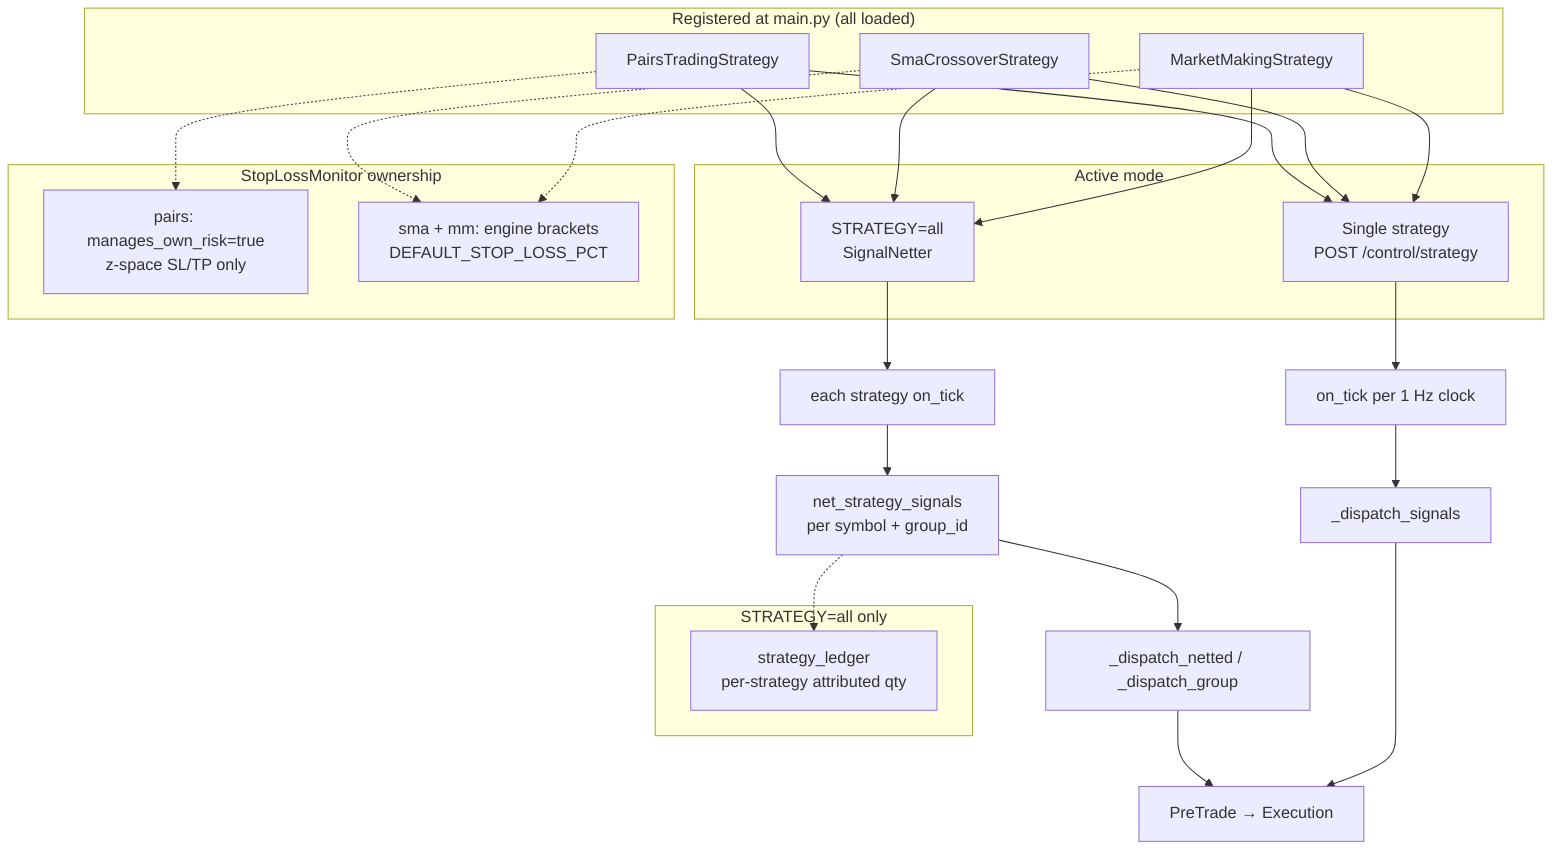
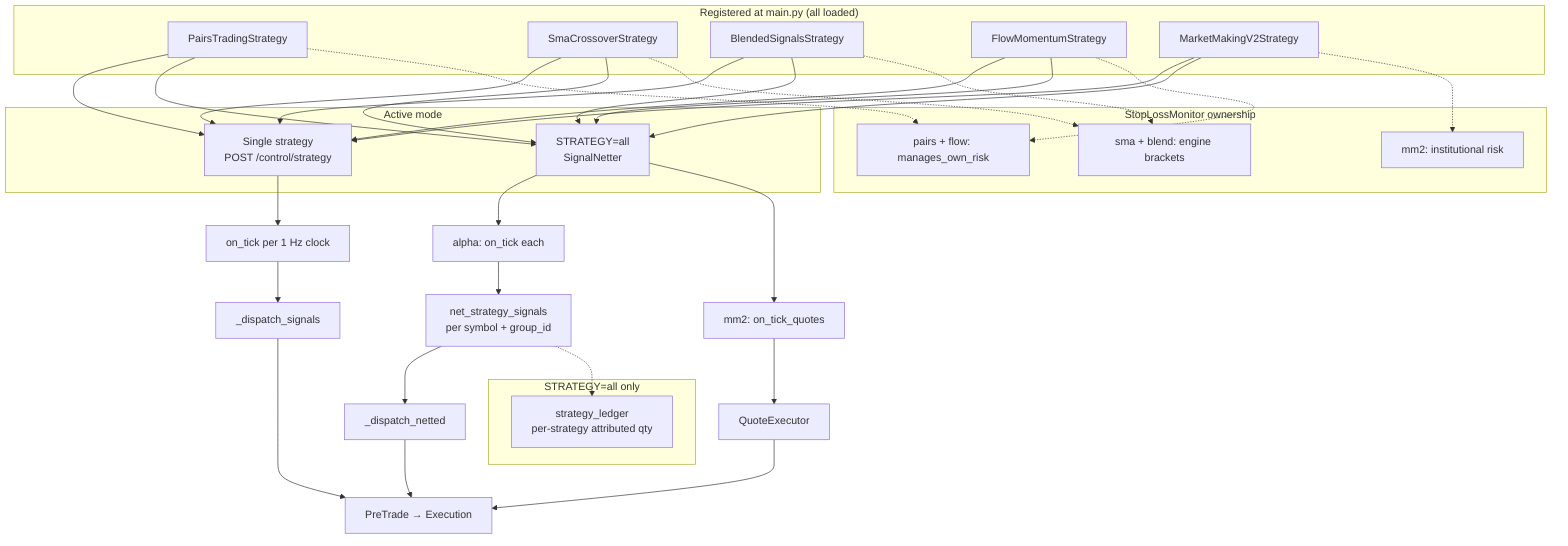
%% Strategy modes and signal routing
flowchart TB
    subgraph Boot["Registered at main.py (all loaded)"]
        P["PairsTradingStrategy"]
        S["SmaCrossoverStrategy"]
-         M["MarketMakingStrategy"]
+         B["BlendedSignalsStrategy"]
+         F["FlowMomentumStrategy"]
+         M2["MarketMakingV2Strategy"]
    end

    subgraph Mode["Active mode"]
        ONE["Single strategy<br/>POST /control/strategy"]
        ALL["STRATEGY=all<br/>SignalNetter"]
    end

    P --> ONE
    S --> ONE
-     M --> ONE
+     B --> ONE
+     F --> ONE
+     M2 --> ONE
    P --> ALL
    S --> ALL
-     M --> ALL
+     B --> ALL
+     F --> ALL
+     M2 --> ALL

    ONE --> TICK["on_tick per 1 Hz clock"]
-     ALL --> TICK2["each strategy on_tick"]
+     ALL --> TICK2["alpha: on_tick each"]
+     ALL --> MMQ["mm2: on_tick_quotes"]
    TICK2 --> NET["net_strategy_signals<br/>per symbol + group_id"]
-     NET --> DISPATCH["_dispatch_netted / _dispatch_group"]
- 
+     NET --> DISPATCH["_dispatch_netted"]
+     MMQ --> QE["QuoteExecutor"]
    TICK --> DISPATCH2["_dispatch_signals"]
    DISPATCH --> RISK["PreTrade → Execution"]
    DISPATCH2 --> RISK
+     QE --> RISK

    subgraph RiskOwnership["StopLossMonitor ownership"]
-         P2["pairs: manages_own_risk=true<br/>z-space SL/TP only"]
-         S2["sma + mm: engine brackets<br/>DEFAULT_STOP_LOSS_PCT"]
+         P2["pairs + flow: manages_own_risk"]
+         S2["sma + blend: engine brackets"]
+         M2R["mm2: institutional risk"]
    end

    P -.-> P2
+     F -.-> P2
    S -.-> S2
-     M -.-> S2
+     B -.-> S2
+     M2 -.-> M2R

    subgraph Ledger["STRATEGY=all only"]
        L["strategy_ledger<br/>per-strategy attributed qty"]
    end

    NET -.-> L
